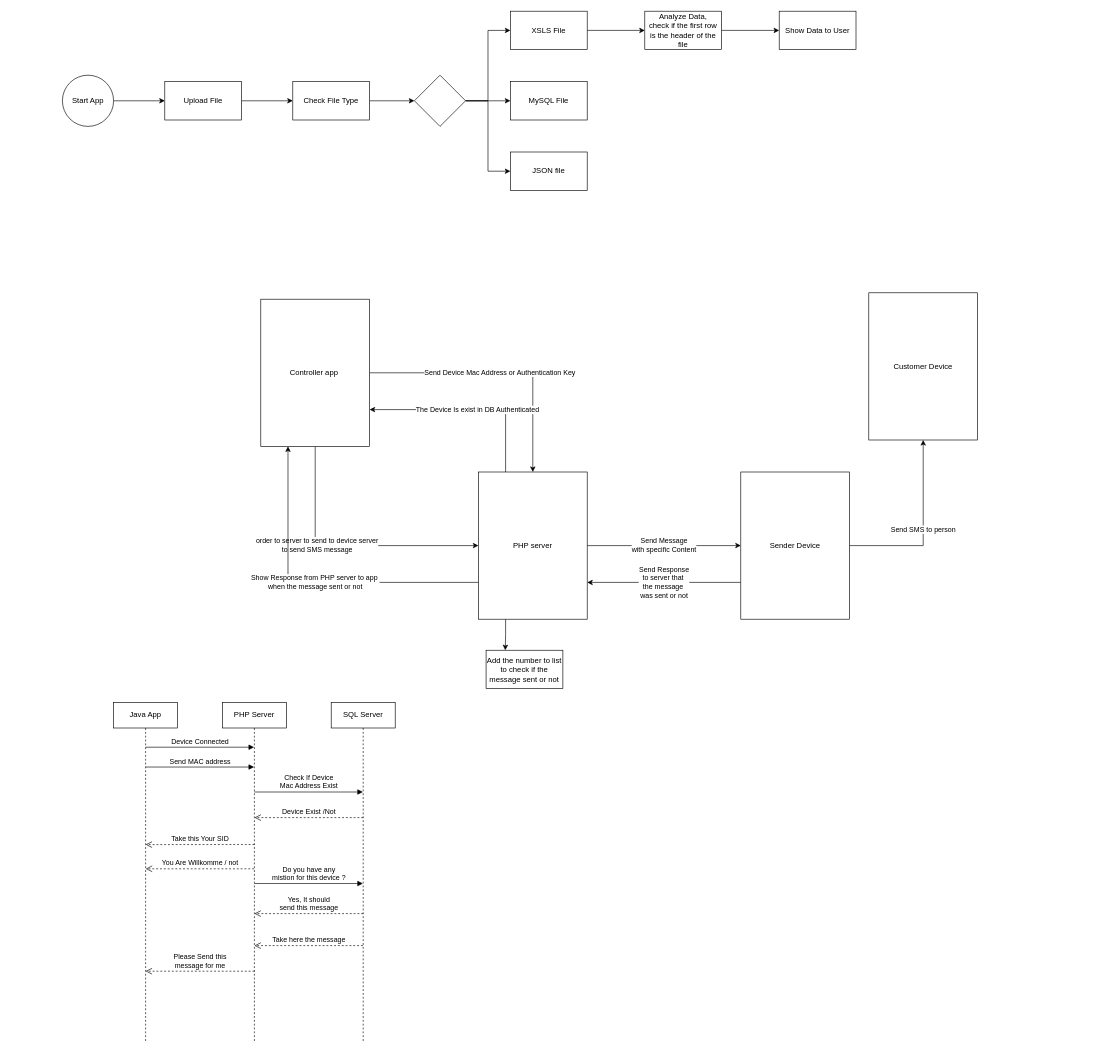
This is page "Use Case" (1 of 5) of CustomerReminderDiagram.drawio from ahmadtechnik/CustomerReminder, a draw.io file, before an edit. Source tidied: cells renumbered, new cells numbered last; positions are measured from the earlier drawing's top-left corner, leaving out a move shared by most shapes. Both pictures are drawn from the tidied source at 64%, with x=0, y=0 at pixel (62, 11).
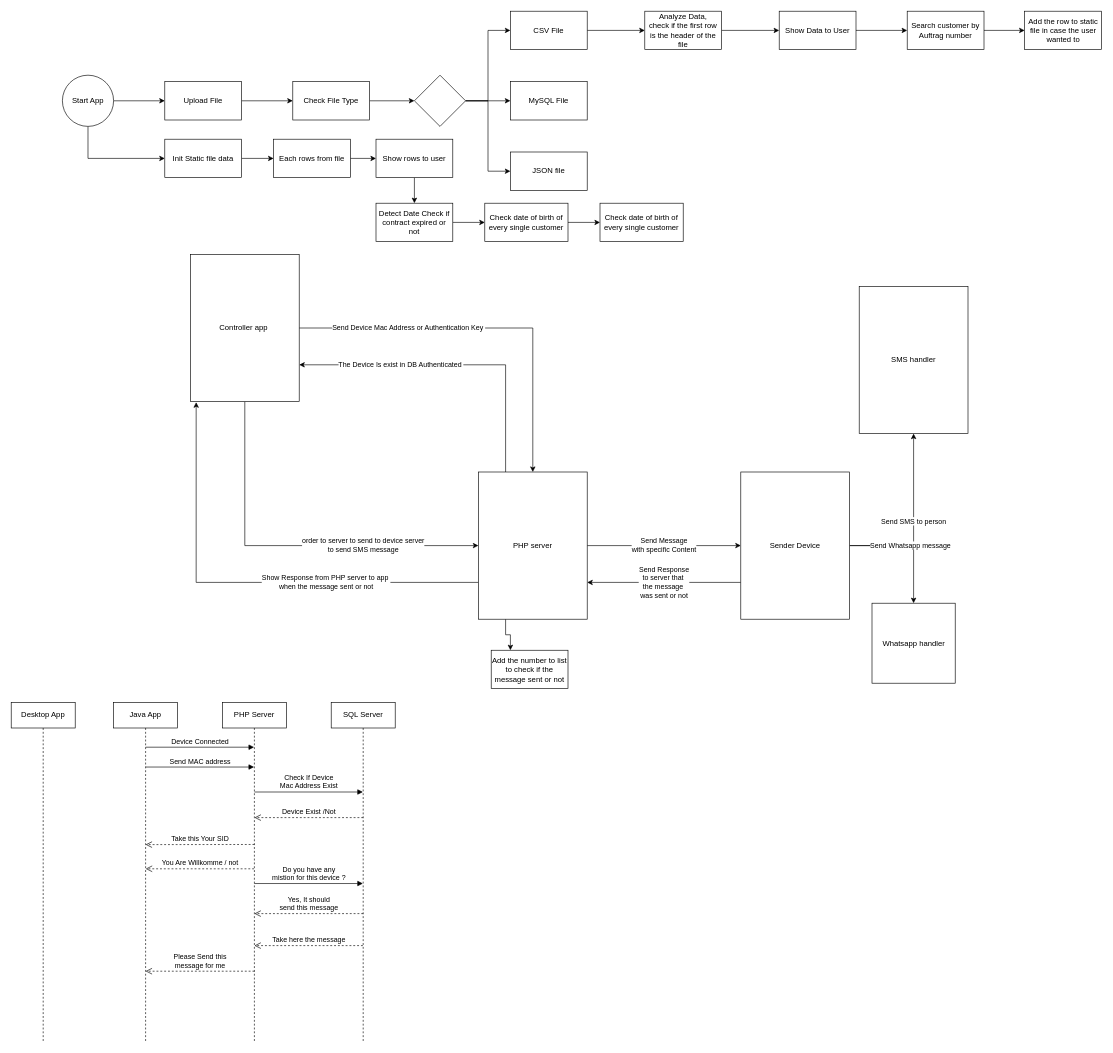
After the change.

Commit message (it also covers changes not shown here):
working on sending message via post requst

The change refers to these unchanged cells:
```xml
<mxCell id="3" value="Start App" style="ellipse;whiteSpace=wrap;html=1;" parent="1" vertex="1">
  <mxGeometry y="100" width="80" height="80" as="geometry" />
</mxCell>
<mxCell id="18" value="Show Data to User" style="rounded=0;whiteSpace=wrap;html=1;" parent="1" vertex="1">
  <mxGeometry x="1120" width="120" height="60" as="geometry" />
</mxCell>
<mxCell id="27" value="PHP server" style="rounded=0;whiteSpace=wrap;html=1;" parent="1" vertex="1">
  <mxGeometry x="650" y="720" width="170" height="230" as="geometry" />
</mxCell>
<mxCell id="30" value="Sender Device" style="rounded=0;whiteSpace=wrap;html=1;" parent="1" vertex="1">
  <mxGeometry x="1060" y="720" width="170" height="230" as="geometry" />
</mxCell>
```

Change to the diagram source:
```diff
@@
+    <mxCell id="45" style="edgeStyle=orthogonalEdgeStyle;rounded=0;jettySize=auto;html=1;exitX=0.5;exitY=1;exitDx=0;exitDy=0;entryX=0;entryY=0.5;entryDx=0;entryDy=0;" parent="1" edge="1" source="3" target="54">
+      <mxGeometry relative="1" as="geometry" />
+    </mxCell>
@@
-    <mxCell id="13" value="XSLS File" style="rounded=0;whiteSpace=wrap;html=1;" parent="1" vertex="1">
+    <mxCell id="13" value="CSV File" style="rounded=0;whiteSpace=wrap;html=1;" parent="1" vertex="1">
       <mxGeometry x="700" width="120" height="60" as="geometry" />
     </mxCell>
@@
+    <mxCell id="46" style="edgeStyle=orthogonalEdgeStyle;rounded=0;jettySize=auto;html=1;exitX=1;exitY=0.5;exitDx=0;exitDy=0;entryX=0;entryY=0.5;entryDx=0;entryDy=0;" parent="1" edge="1" source="18" target="51">
+      <mxGeometry relative="1" as="geometry" />
+    </mxCell>
@@
-    <mxCell id="19" value="Customer Device" style="rounded=0;whiteSpace=wrap;html=1;" parent="1" vertex="1">
-      <mxGeometry x="1260" y="440" width="170" height="230" as="geometry" />
+    <mxCell id="19" value="SMS handler" style="rounded=0;whiteSpace=wrap;html=1;" parent="1" vertex="1">
+      <mxGeometry x="1245" y="430" width="170" height="230" as="geometry" />
     </mxCell>
     <mxCell id="20" value="order to server to send to device server&lt;br&gt;to send SMS message&lt;br&gt;" style="edgeStyle=orthogonalEdgeStyle;rounded=0;jettySize=auto;html=1;exitX=0.5;exitY=1;exitDx=0;exitDy=0;entryX=0;entryY=0.5;entryDx=0;entryDy=0;" parent="1" edge="1" source="22" target="27">
-      <mxGeometry x="-0.23" relative="1" as="geometry" />
+      <mxGeometry x="0.39" relative="1" as="geometry" />
     </mxCell>
     <mxCell id="21" value="Send Device Mac Address or Authentication Key&amp;nbsp;" style="edgeStyle=orthogonalEdgeStyle;rounded=0;jettySize=auto;html=1;exitX=1;exitY=0.5;exitDx=0;exitDy=0;entryX=0.5;entryY=0;entryDx=0;entryDy=0;" parent="1" edge="1" source="22" target="27">
-      <mxGeometry relative="1" as="geometry" />
+      <mxGeometry x="-0.42" relative="1" as="geometry" />
     </mxCell>
     <mxCell id="22" value="Controller app&amp;nbsp;" style="rounded=0;whiteSpace=wrap;html=1;" parent="1" vertex="1">
-      <mxGeometry x="310" y="450" width="170" height="230" as="geometry" />
+      <mxGeometry x="200" y="380" width="170" height="230" as="geometry" />
     </mxCell>
@@
-    <mxCell id="24" value="Show Response from PHP server to app&amp;nbsp;&lt;br&gt;when the message sent or not&lt;br&gt;" style="edgeStyle=orthogonalEdgeStyle;rounded=0;jettySize=auto;html=1;exitX=0;exitY=0.75;exitDx=0;exitDy=0;entryX=0.25;entryY=1;entryDx=0;entryDy=0;" parent="1" edge="1" source="27" target="22">
-      <mxGeometry relative="1" as="geometry" />
+    <mxCell id="24" value="Show Response from PHP server to app&amp;nbsp;&lt;br&gt;when the message sent or not&lt;br&gt;" style="edgeStyle=orthogonalEdgeStyle;rounded=0;jettySize=auto;html=1;exitX=0;exitY=0.75;exitDx=0;exitDy=0;entryX=0.053;entryY=1.004;entryDx=0;entryDy=0;entryPerimeter=0;" parent="1" edge="1" source="27" target="22">
+      <mxGeometry x="-0.34" relative="1" as="geometry" />
     </mxCell>
@@
     <mxCell id="26" value="The Device Is exist in DB Authenticated&amp;nbsp;" style="edgeStyle=orthogonalEdgeStyle;rounded=0;jettySize=auto;html=1;exitX=0.25;exitY=0;exitDx=0;exitDy=0;entryX=1;entryY=0.75;entryDx=0;entryDy=0;" parent="1" edge="1" source="27" target="22">
-      <mxGeometry x="0.02" y="-18" relative="1" as="geometry">
-        <mxPoint x="18" y="18" as="offset" />
-      </mxGeometry>
+      <mxGeometry x="0.35" relative="1" as="geometry" />
     </mxCell>
@@
+    <mxCell id="47" value="Send Whatsapp message" style="edgeStyle=orthogonalEdgeStyle;rounded=0;jettySize=auto;html=1;exitX=1;exitY=0.5;exitDx=0;exitDy=0;entryX=0.5;entryY=0;entryDx=0;entryDy=0;" parent="1" edge="1" source="30" target="49">
+      <mxGeometry relative="1" as="geometry" />
+    </mxCell>
@@
     <mxCell id="31" value="Add the number to list to check if the message sent or not" style="rounded=0;whiteSpace=wrap;html=1;" parent="1" vertex="1">
-      <mxGeometry x="662" y="998.5" width="120" height="60" as="geometry" />
+      <mxGeometry x="670" y="998.5" width="120" height="60" as="geometry" />
     </mxCell>
@@
+    <mxCell id="48" value="Desktop App" style="shape=umlLifeline;perimeter=lifelinePerimeter;whiteSpace=wrap;html=1;" parent="1" vertex="1">
+      <mxGeometry x="-80" y="1080" width="100" height="530" as="geometry" />
+    </mxCell>
+    <mxCell id="49" value="Whatsapp handler" style="html=1;" parent="1" vertex="1">
+      <mxGeometry x="1265" y="925" width="130" height="125" as="geometry" />
+    </mxCell>
+    <mxCell id="50" style="edgeStyle=orthogonalEdgeStyle;rounded=0;jettySize=auto;html=1;exitX=1;exitY=0.5;exitDx=0;exitDy=0;entryX=0;entryY=0.5;entryDx=0;entryDy=0;" parent="1" edge="1" source="51" target="52">
+      <mxGeometry relative="1" as="geometry" />
+    </mxCell>
+    <mxCell id="51" value="Search customer by Auftrag number" style="rounded=0;whiteSpace=wrap;html=1;" parent="1" vertex="1">
+      <mxGeometry x="1320" width="120" height="60" as="geometry" />
+    </mxCell>
+    <mxCell id="52" value="Add the row to static file in case the user wanted to" style="rounded=0;whiteSpace=wrap;html=1;" parent="1" vertex="1">
+      <mxGeometry x="1503.5" width="120" height="60" as="geometry" />
+    </mxCell>
+    <mxCell id="53" style="edgeStyle=orthogonalEdgeStyle;rounded=0;jettySize=auto;html=1;exitX=1;exitY=0.5;exitDx=0;exitDy=0;entryX=0;entryY=0.5;entryDx=0;entryDy=0;" parent="1" edge="1" source="54" target="56">
+      <mxGeometry relative="1" as="geometry" />
+    </mxCell>
+    <mxCell id="54" value="Init Static file data" style="rounded=0;whiteSpace=wrap;html=1;" parent="1" vertex="1">
+      <mxGeometry x="160" y="200" width="120" height="60" as="geometry" />
+    </mxCell>
+    <mxCell id="55" style="edgeStyle=orthogonalEdgeStyle;rounded=0;jettySize=auto;html=1;exitX=1;exitY=0.5;exitDx=0;exitDy=0;entryX=0;entryY=0.5;entryDx=0;entryDy=0;" parent="1" edge="1" source="56" target="58">
+      <mxGeometry relative="1" as="geometry" />
+    </mxCell>
+    <mxCell id="56" value="Each rows from file" style="rounded=0;whiteSpace=wrap;html=1;" parent="1" vertex="1">
+      <mxGeometry x="330" y="200" width="120" height="60" as="geometry" />
+    </mxCell>
+    <mxCell id="57" style="edgeStyle=orthogonalEdgeStyle;rounded=0;jettySize=auto;html=1;exitX=0.5;exitY=1;exitDx=0;exitDy=0;entryX=0.5;entryY=0;entryDx=0;entryDy=0;" parent="1" edge="1" source="58" target="60">
+      <mxGeometry relative="1" as="geometry" />
+    </mxCell>
+    <mxCell id="58" value="Show rows to user" style="rounded=0;whiteSpace=wrap;html=1;" parent="1" vertex="1">
+      <mxGeometry x="490" y="200" width="120" height="60" as="geometry" />
+    </mxCell>
+    <mxCell id="59" style="edgeStyle=orthogonalEdgeStyle;rounded=0;jettySize=auto;html=1;exitX=1;exitY=0.5;exitDx=0;exitDy=0;entryX=0;entryY=0.5;entryDx=0;entryDy=0;" parent="1" edge="1" source="60" target="62">
+      <mxGeometry relative="1" as="geometry" />
+    </mxCell>
+    <mxCell id="60" value="Detect Date Check if contract expired or not" style="rounded=0;whiteSpace=wrap;html=1;" parent="1" vertex="1">
+      <mxGeometry x="490" y="300" width="120" height="60" as="geometry" />
+    </mxCell>
+    <mxCell id="61" style="edgeStyle=orthogonalEdgeStyle;rounded=0;jettySize=auto;html=1;exitX=1;exitY=0.5;exitDx=0;exitDy=0;entryX=0;entryY=0.5;entryDx=0;entryDy=0;" parent="1" edge="1" source="62" target="63">
+      <mxGeometry relative="1" as="geometry" />
+    </mxCell>
+    <mxCell id="62" value="Check date of birth of every single customer" style="rounded=0;whiteSpace=wrap;html=1;" parent="1" vertex="1">
+      <mxGeometry x="660" y="300" width="130" height="60" as="geometry" />
+    </mxCell>
+    <mxCell id="63" value="Check date of birth of every single customer" style="rounded=0;whiteSpace=wrap;html=1;" parent="1" vertex="1">
+      <mxGeometry x="840" y="300" width="130" height="60" as="geometry" />
+    </mxCell>
```
